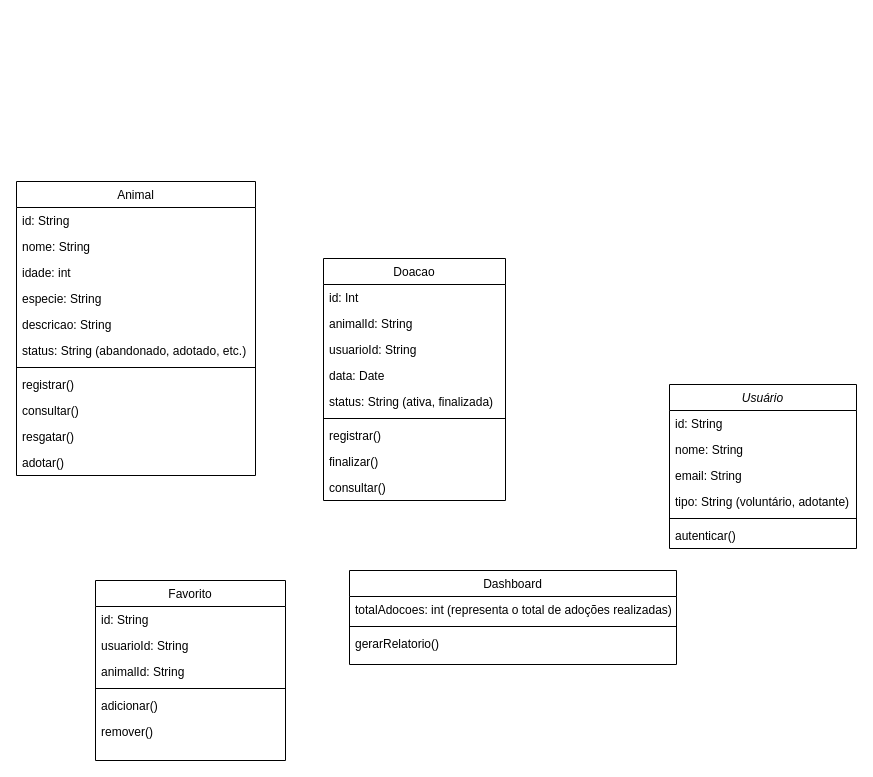
JoaoGans/DRAW.tcc keeps this draw.io diagram as Diagrama de classe.drawio. Above is the earlier version. Source tidied: cells renumbered, new cells numbered last; positions are measured from the earlier drawing's top-left corner, leaving out a move shared by most shapes. Both pictures are drawn from the tidied source at 100%, with x=0, y=0 at pixel (16, 181).
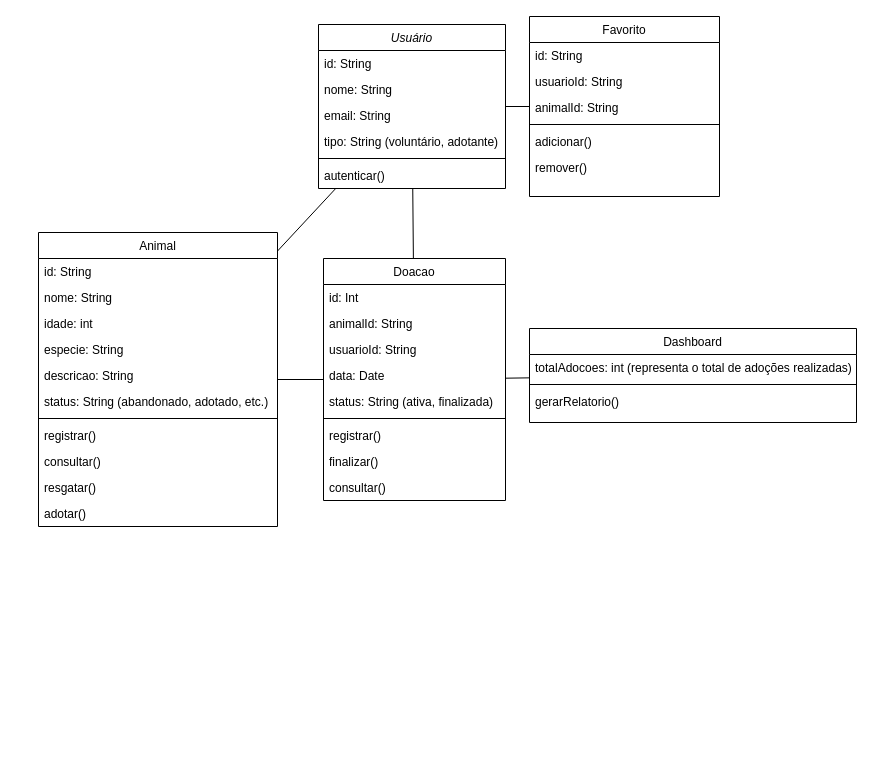
After the change.

The change refers to these unchanged cells:
```xml
<mxCell id="16" value="Doacao" style="swimlane;fontStyle=0;align=center;verticalAlign=top;horizontal=1;startSize=26;rounded=0;shadow=0;strokeWidth=1;" parent="1" vertex="1">
  <mxGeometry x="307" y="77" width="182" height="242" as="geometry" />
</mxCell>
```

What changed in the source:
```diff
@@
     <mxCell id="2" value="Usuário" style="swimlane;fontStyle=2;align=center;verticalAlign=top;horizontal=1;startSize=26;rounded=0;shadow=0;strokeWidth=1;" parent="1" vertex="1">
-      <mxGeometry x="653" y="203" width="187" height="164" as="geometry" />
+      <mxGeometry x="302" y="-157" width="187" height="164" as="geometry" />
     </mxCell>
@@
     <mxCell id="9" value="Favorito" style="swimlane;fontStyle=0;align=center;verticalAlign=top;horizontal=1;startSize=26;rounded=0;shadow=0;strokeWidth=1;" parent="1" vertex="1">
-      <mxGeometry x="79" y="399" width="190" height="180" as="geometry" />
+      <mxGeometry x="513" y="-165" width="190" height="180" as="geometry" />
     </mxCell>
@@
     <mxCell id="26" value="Animal" style="swimlane;fontStyle=0;align=center;verticalAlign=top;horizontal=1;startSize=26;rounded=0;shadow=0;strokeWidth=1;" parent="1" vertex="1">
-      <mxGeometry width="239" height="294" as="geometry" />
+      <mxGeometry x="22" y="51" width="239" height="294" as="geometry" />
     </mxCell>
@@
     <mxCell id="38" value="Dashboard" style="swimlane;fontStyle=0;align=center;verticalAlign=top;horizontal=1;startSize=26;rounded=0;shadow=0;strokeWidth=1;" parent="1" vertex="1">
-      <mxGeometry x="333" y="389" width="327" height="94" as="geometry" />
+      <mxGeometry x="513" y="147" width="327" height="94" as="geometry" />
     </mxCell>
@@
+    <mxCell id="42" style="endArrow=none;html=1;rounded=0;" parent="1" edge="1" source="26" target="16">
+      <mxGeometry relative="1" as="geometry" />
+    </mxCell>
+    <mxCell id="43" style="endArrow=none;html=1;rounded=0;" parent="1" edge="1" source="16" target="2">
+      <mxGeometry relative="1" as="geometry" />
+    </mxCell>
+    <mxCell id="44" style="endArrow=none;html=1;rounded=0;" parent="1" edge="1" source="2" target="9">
+      <mxGeometry relative="1" as="geometry" />
+    </mxCell>
+    <mxCell id="45" style="endArrow=none;html=1;rounded=0;" parent="1" edge="1" source="26" target="2">
+      <mxGeometry relative="1" as="geometry" />
+    </mxCell>
+    <mxCell id="46" style="endArrow=none;html=1;rounded=0;" parent="1" edge="1" source="16" target="38">
+      <mxGeometry relative="1" as="geometry" />
+    </mxCell>
```
